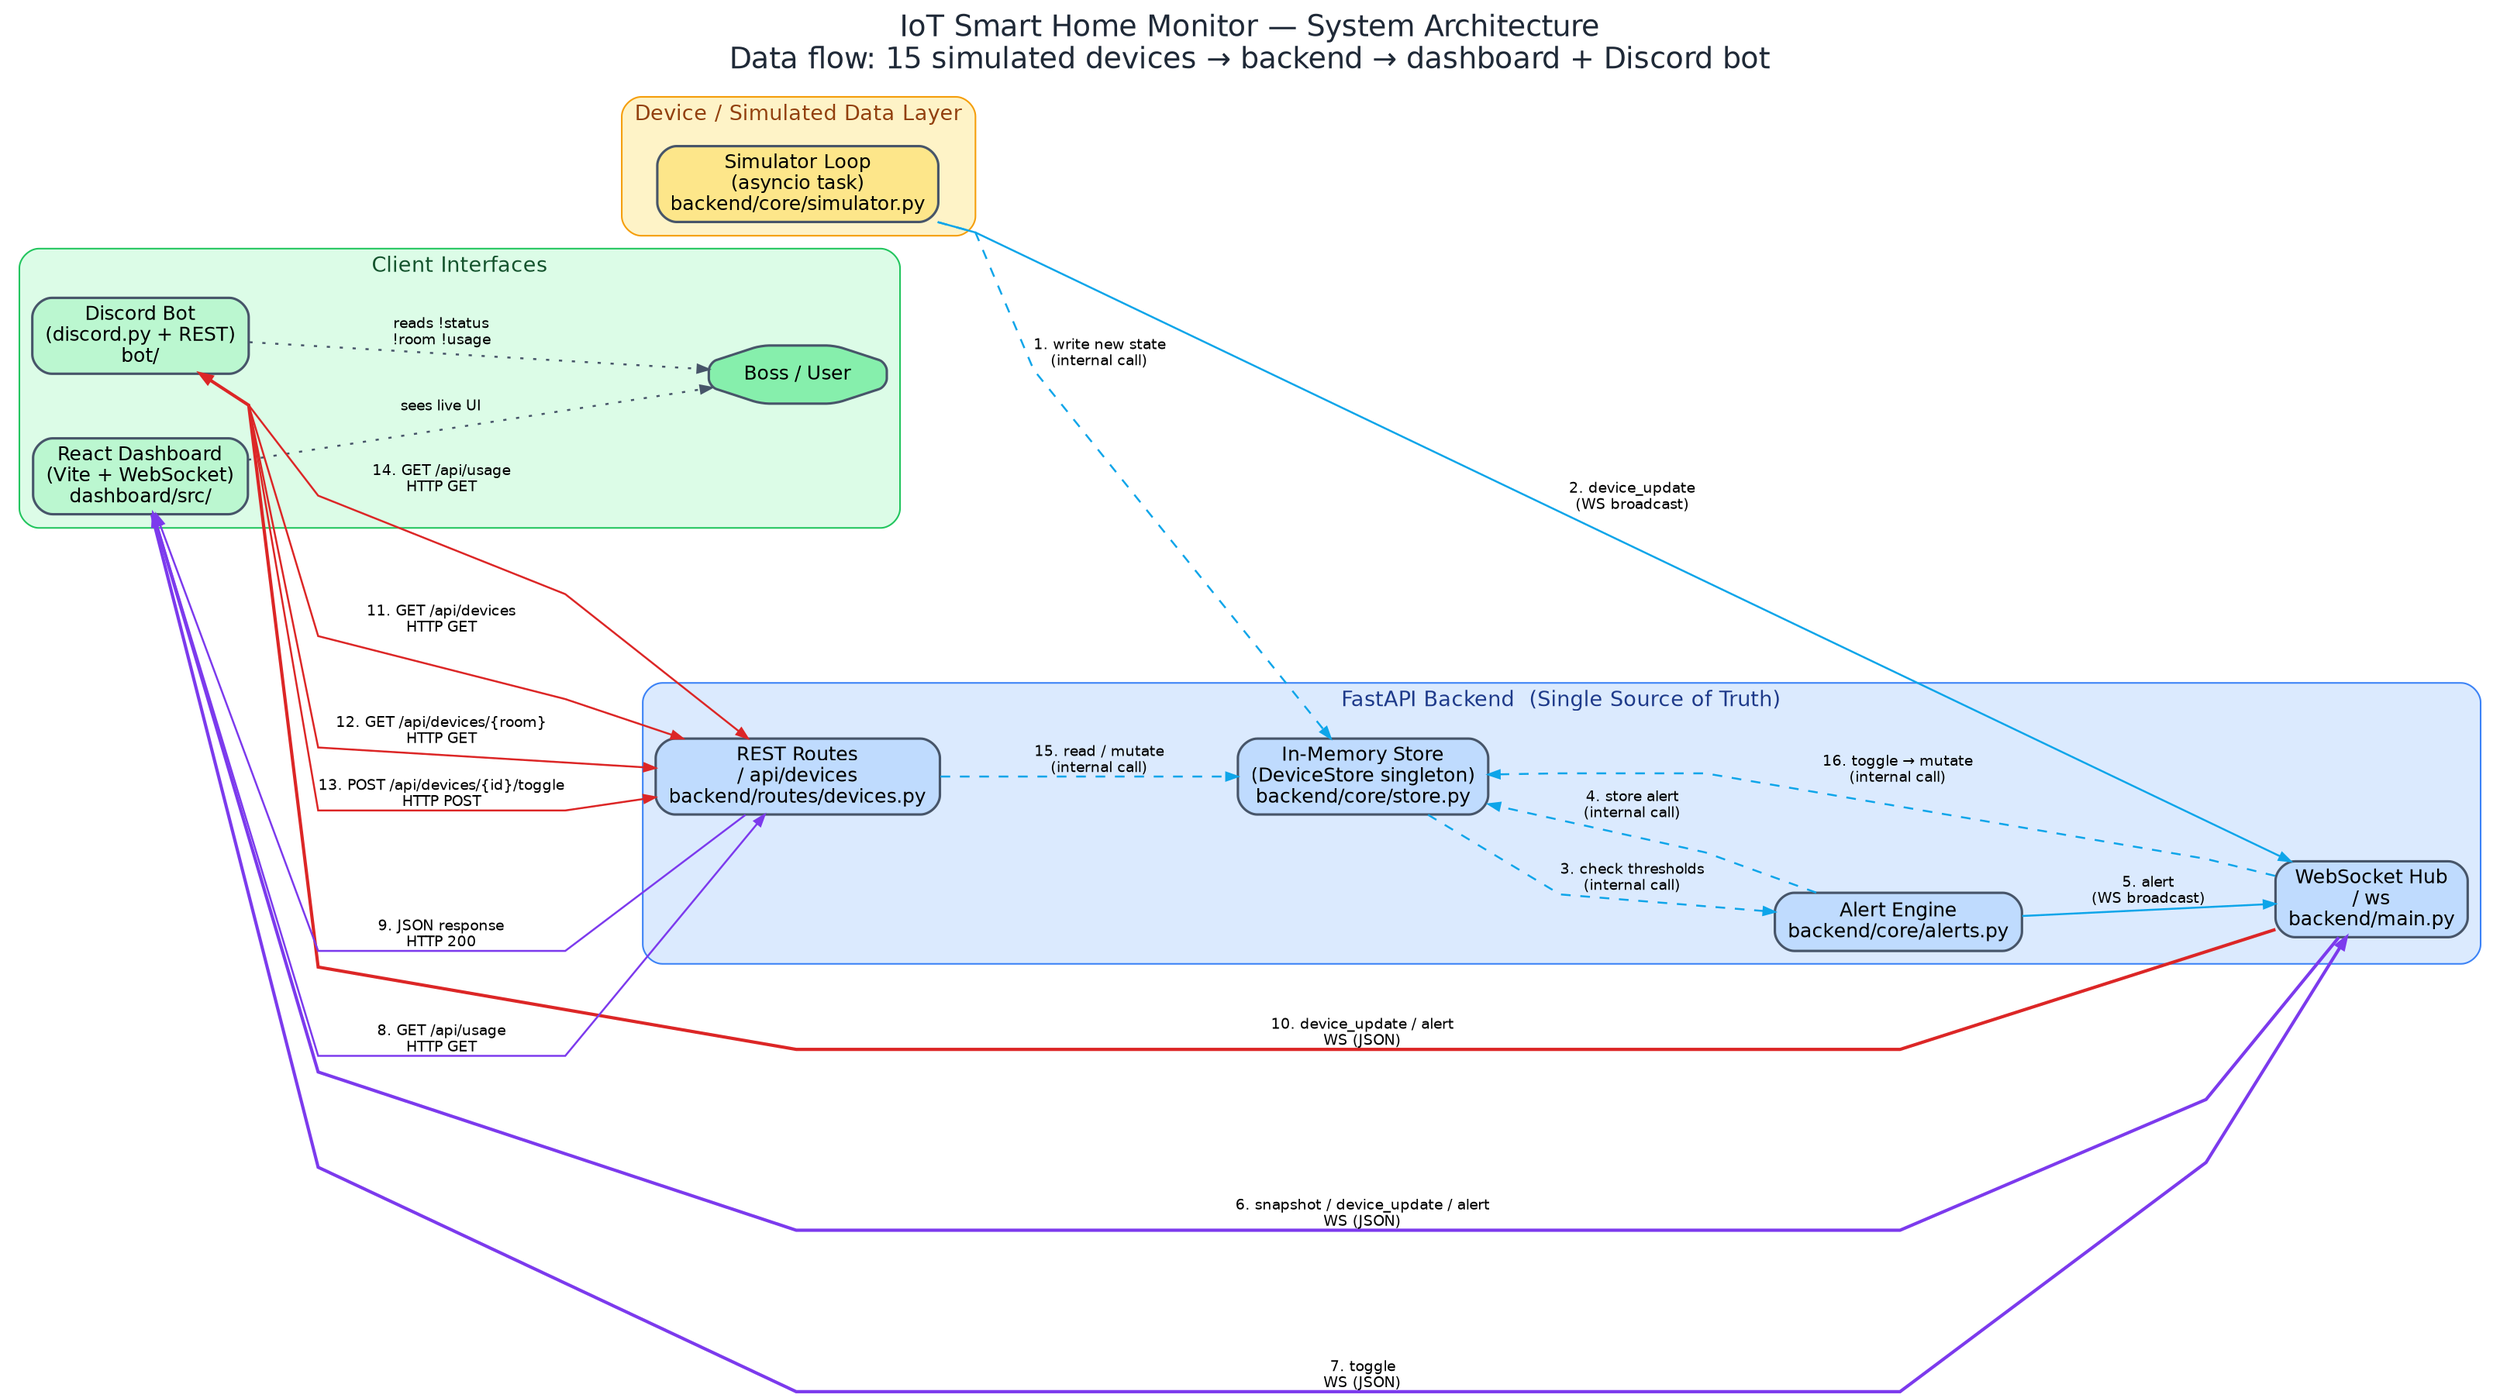
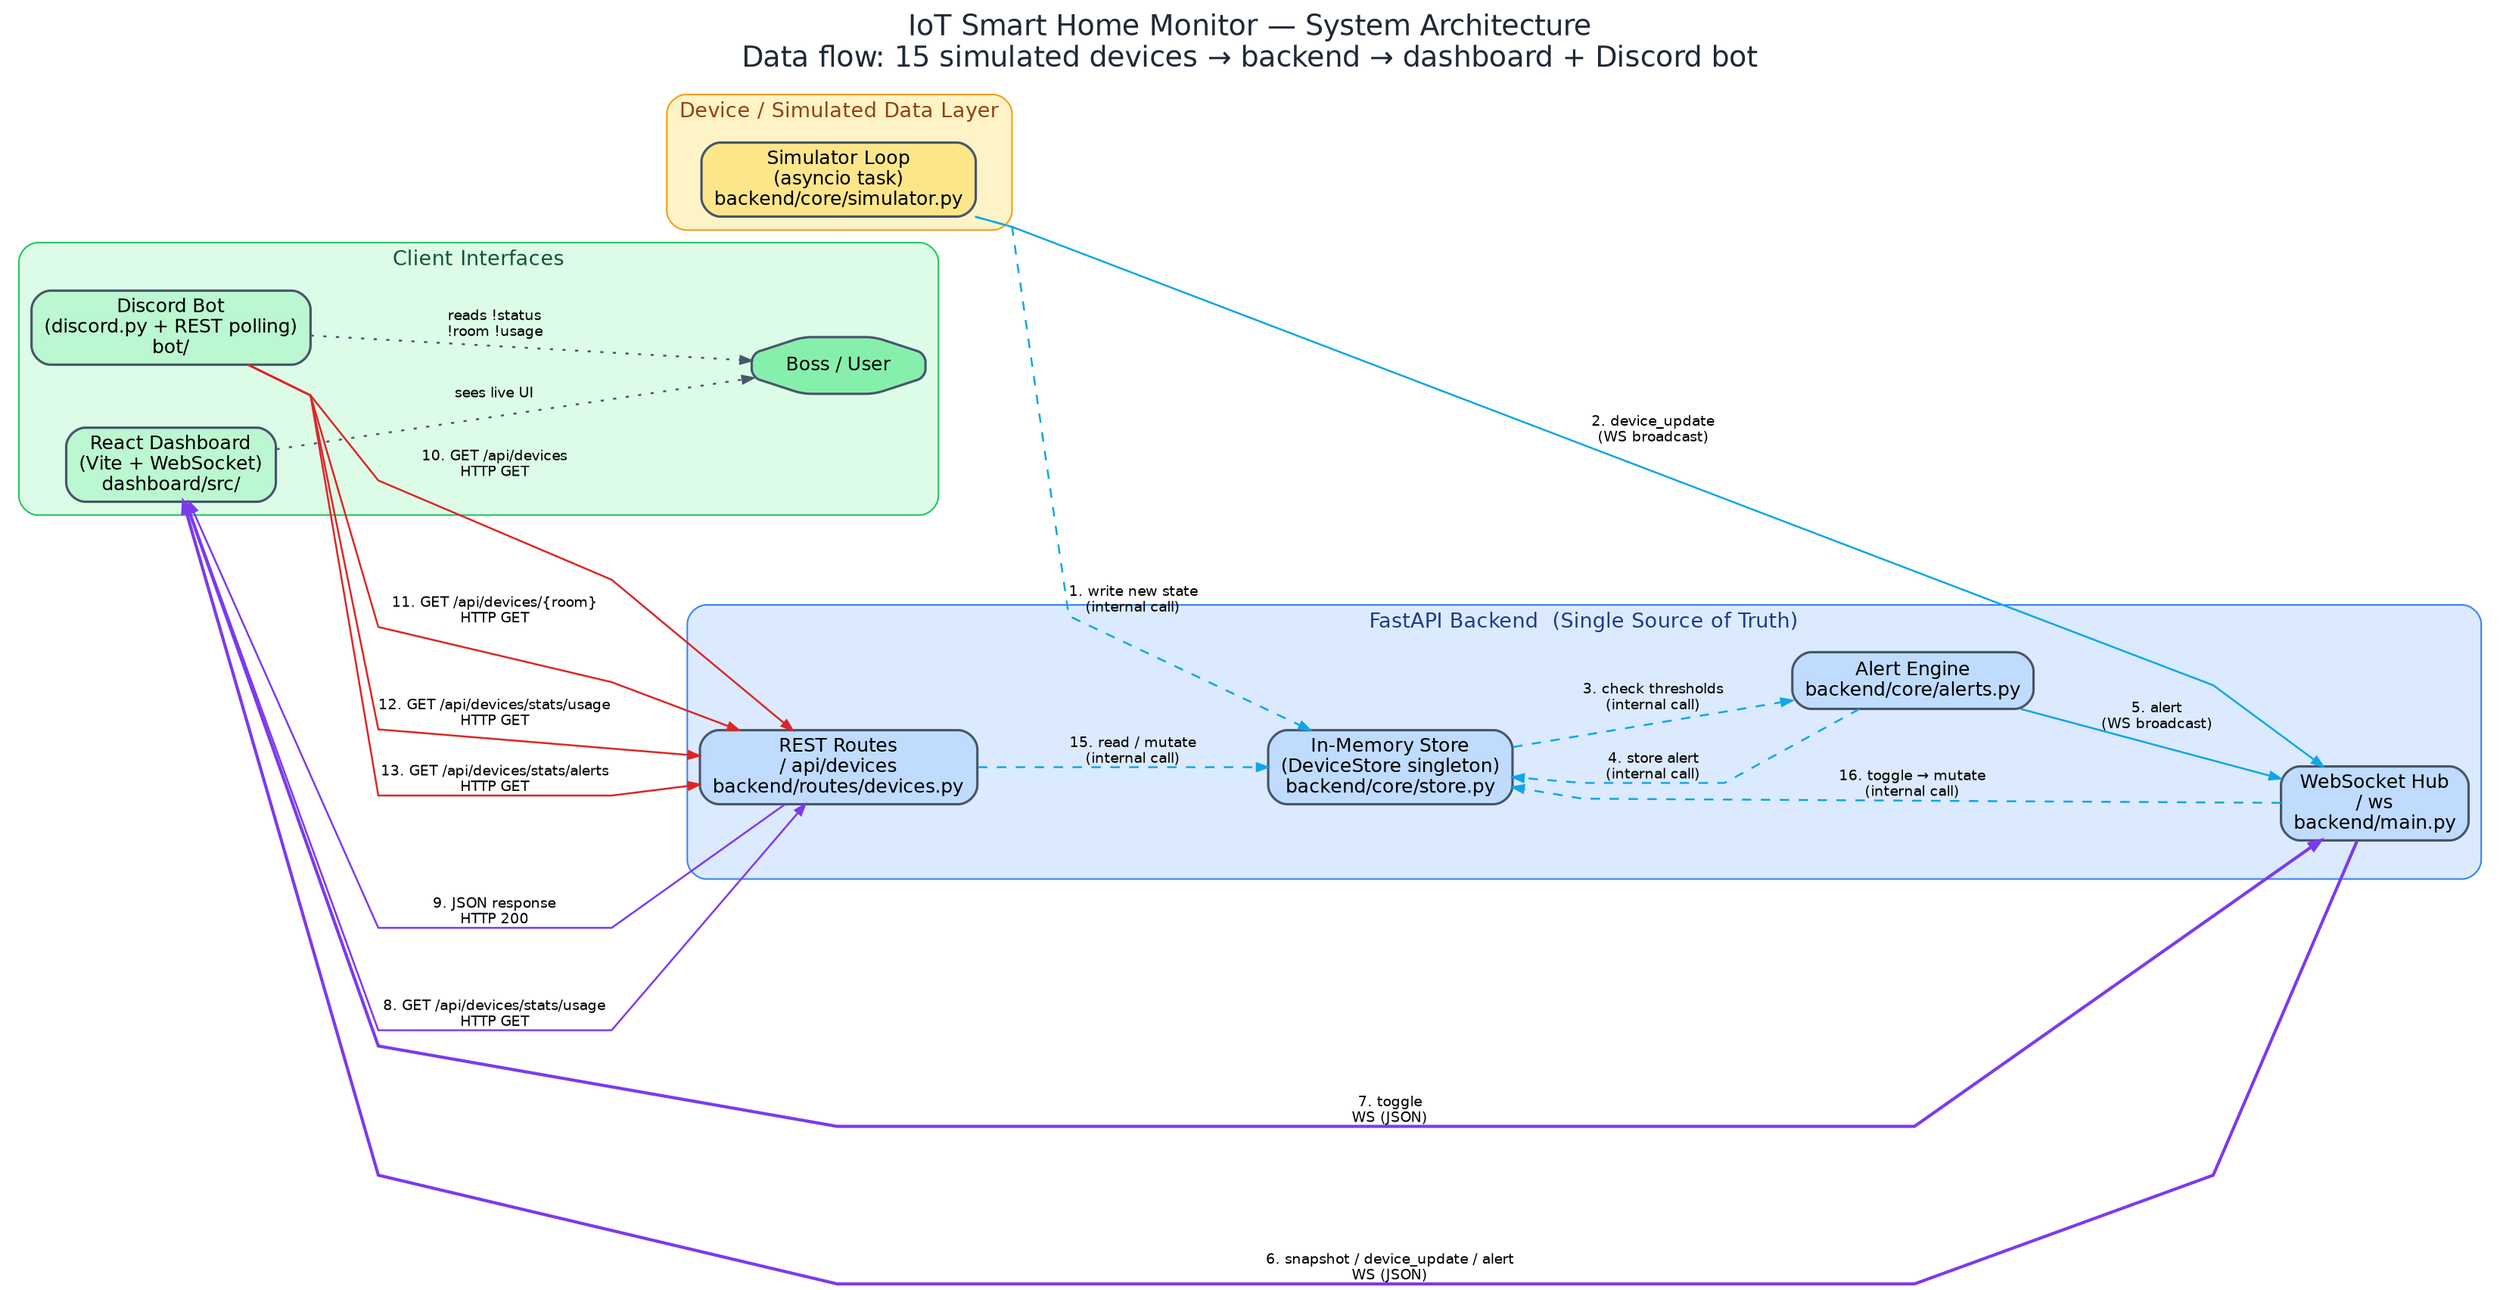
// IoT Smart Home Monitor — System Architecture
- // Renders the full data flow from the 16-row "Labelled Arrow Reference" table
+ // Renders the full data flow from the labelled arrow reference table
// in diagrams/architecture.md. Run with:
//   dot -Tpng diagrams/architecture.dot -o diagrams/architecture.png
//   dot -Tsvg diagrams/architecture.dot -o diagrams/architecture.svg

digraph Architecture {
    // ── Layout ──────────────────────────────────────────────────────
    rankdir=LR;
    splines=polyline;
    nodesep=0.55;
    ranksep=1.2;
    bgcolor="white";
    fontname="Helvetica";
    label="IoT Smart Home Monitor — System Architecture\nData flow: 15 simulated devices → backend → dashboard + Discord bot";
    labelloc="t";
    fontsize=18;
    fontcolor="#1f2937";

    // ── Default node style ──────────────────────────────────────────
    node [
        shape=box,
        style="rounded,filled",
        fontname="Helvetica",
        fontsize=12,
        color="#475569",
        penwidth=1.5,
    ];

    // ── Default edge style ──────────────────────────────────────────
    edge [
        fontname="Helvetica",
        fontsize=9,
        color="#475569",
        penwidth=1.2,
        arrowsize=0.7,
    ];

    // ── Cluster: Device / Sim layer ────────────────────────────────
    subgraph cluster_device {
        label="Device / Simulated Data Layer";
        style="rounded,filled";
        fillcolor="#fef3c7";
        color="#f59e0b";
        fontcolor="#92400e";
        fontsize=13;

        SIM [label="Simulator Loop\n(asyncio task)\nbackend/core/simulator.py",
             fillcolor="#fde68a"];
    }

    // ── Cluster: Backend (Single Source of Truth) ───────────────────
    subgraph cluster_backend {
        label="FastAPI Backend  (Single Source of Truth)";
        style="rounded,filled";
        fillcolor="#dbeafe";
        color="#3b82f6";
        fontcolor="#1e3a8a";
        fontsize=13;

        STORE [label="In-Memory Store\n(DeviceStore singleton)\nbackend/core/store.py",
               fillcolor="#bfdbfe"];
        ALERTS [label="Alert Engine\nbackend/core/alerts.py",
                fillcolor="#bfdbfe"];
        WSHUB  [label="WebSocket Hub\n/ ws\nbackend/main.py",
                fillcolor="#bfdbfe"];
        REST   [label="REST Routes\n/ api/devices\nbackend/routes/devices.py",
                fillcolor="#bfdbfe"];
    }

    // ── Cluster: Clients ────────────────────────────────────────────
    subgraph cluster_clients {
        label="Client Interfaces";
        style="rounded,filled";
        fillcolor="#dcfce7";
        color="#22c55e";
        fontcolor="#14532d";
        fontsize=13;

        DASH  [label="React Dashboard\n(Vite + WebSocket)\ndashboard/src/",
               fillcolor="#bbf7d0"];
-         BOT   [label="Discord Bot\n(discord.py + REST)\nbot/",
+         BOT   [label="Discord Bot\n(discord.py + REST polling)\nbot/",
               fillcolor="#bbf7d0"];
        USER  [label="Boss / User",
               shape=octagon,
               fillcolor="#86efac"];
    }

-     // ── 16 labelled arrows (matches architecture.md table) ──────────
+     // ── Labelled arrows (matches architecture.md table) ─────────────
    // Internal function calls
    SIM    -> STORE  [label="1. write new state\n(internal call)",          style=dashed, color="#0ea5e9"];
    SIM    -> WSHUB  [label="2. device_update\n(WS broadcast)",             color="#0ea5e9"];
    STORE  -> ALERTS [label="3. check thresholds\n(internal call)",          style=dashed, color="#0ea5e9"];
    ALERTS -> STORE  [label="4. store alert\n(internal call)",               style=dashed, color="#0ea5e9"];
    ALERTS -> WSHUB  [label="5. alert\n(WS broadcast)",                       color="#0ea5e9"];

    // Dashboard ↔ Backend
    WSHUB  -> DASH   [label="6. snapshot / device_update / alert\nWS (JSON)", color="#7c3aed", penwidth=2];
    DASH   -> WSHUB  [label="7. toggle\nWS (JSON)",                          color="#7c3aed", penwidth=2];
-     DASH   -> REST   [label="8. GET /api/usage\nHTTP GET",                   color="#7c3aed"];
+     DASH   -> REST   [label="8. GET /api/devices/stats/usage\nHTTP GET",    color="#7c3aed"];
    REST   -> DASH   [label="9. JSON response\nHTTP 200",                    color="#7c3aed"];

    // Bot ↔ Backend
-     WSHUB  -> BOT    [label="10. device_update / alert\nWS (JSON)",           color="#dc2626", penwidth=2];
-     BOT    -> REST   [label="11. GET /api/devices\nHTTP GET",                 color="#dc2626"];
-     BOT    -> REST   [label="12. GET /api/devices/{room}\nHTTP GET",          color="#dc2626"];
-     BOT    -> REST   [label="13. POST /api/devices/{id}/toggle\nHTTP POST",   color="#dc2626"];
-     BOT    -> REST   [label="14. GET /api/usage\nHTTP GET",                   color="#dc2626"];
+     BOT    -> REST   [label="10. GET /api/devices\nHTTP GET",                 color="#dc2626"];
+     BOT    -> REST   [label="11. GET /api/devices/{room}\nHTTP GET",          color="#dc2626"];
+     BOT    -> REST   [label="12. GET /api/devices/stats/usage\nHTTP GET",     color="#dc2626"];
+     BOT    -> REST   [label="13. GET /api/devices/stats/alerts\nHTTP GET",    color="#dc2626"];

    // Backend internal (REST + WS mutate store)
    REST   -> STORE  [label="15. read / mutate\n(internal call)",             style=dashed, color="#0ea5e9"];
    WSHUB  -> STORE  [label="16. toggle → mutate\n(internal call)",           style=dashed, color="#0ea5e9"];

    // ── User observation arrows (legend) ────────────────────────────
    DASH   -> USER   [label="sees live UI", style=dotted, color="#475569"];
    BOT    -> USER   [label="reads !status\n!room !usage",  style=dotted, color="#475569"];
}
